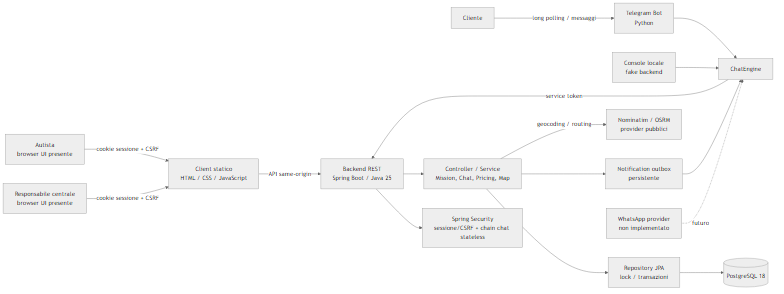
This is docs/diagrams/rendered/architecture.png from coluccimarco/fornitori-soccorso, a Mermaid export, as it was before one commit. Its source is kept beside it as docs/diagrams/architecture.mmd.
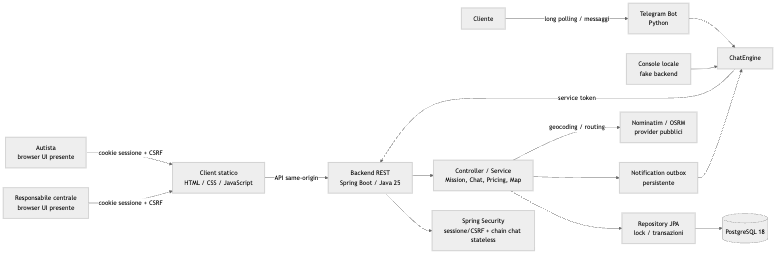
After the commit.

Change to the diagram source:
```diff
@@ -13,4 +13,3 @@
     Services --> Outbox["Notification outbox<br/>persistente"]
     Outbox --> Bot
     Services -->|geocoding / routing| Maps["Nominatim / OSRM<br/>provider pubblici"]
-    WA["WhatsApp provider<br/>non implementato"] -. futuro .-> Bot
```
